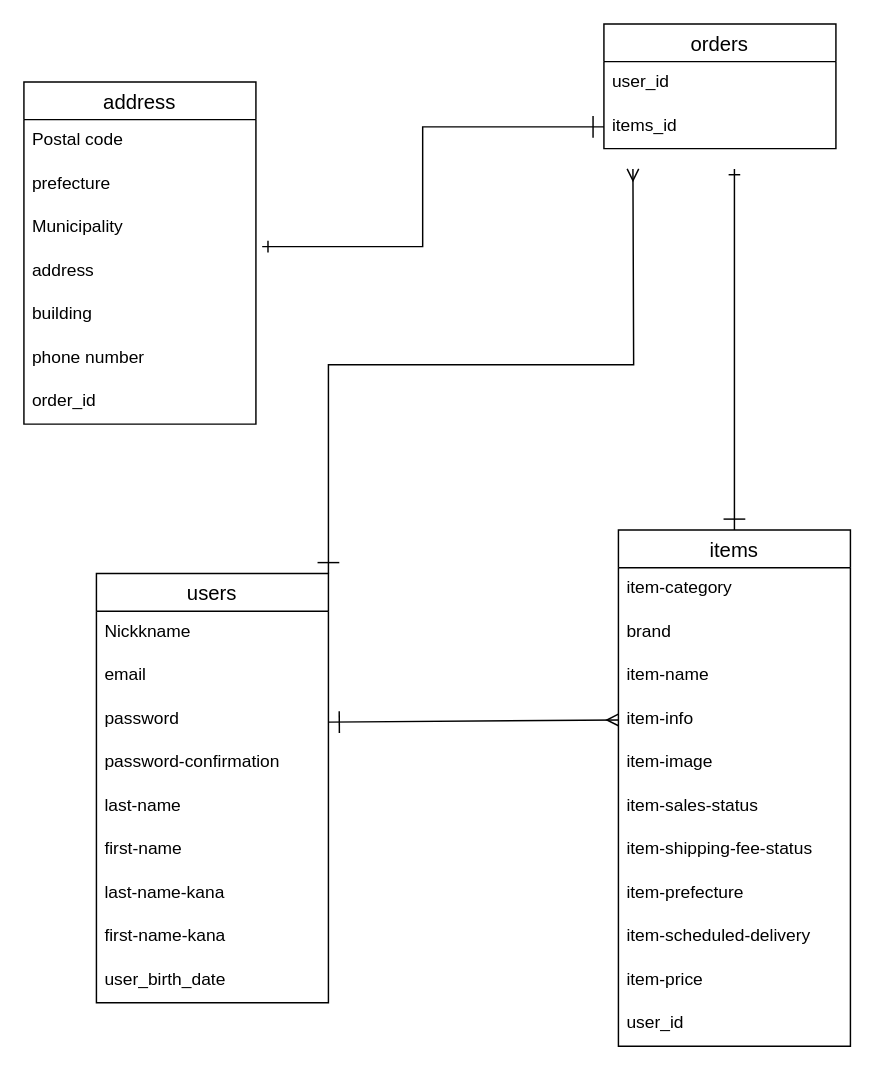
This is test.dio from jun-shinkai/furima-35837, a draw.io file, before an edit. Source tidied: cells renumbered, new cells numbered last; positions are measured from the earlier drawing's top-left corner, leaving out a move shared by most shapes. Both pictures are drawn from the tidied source at 145%, with x=0, y=0 at pixel (23, 23).
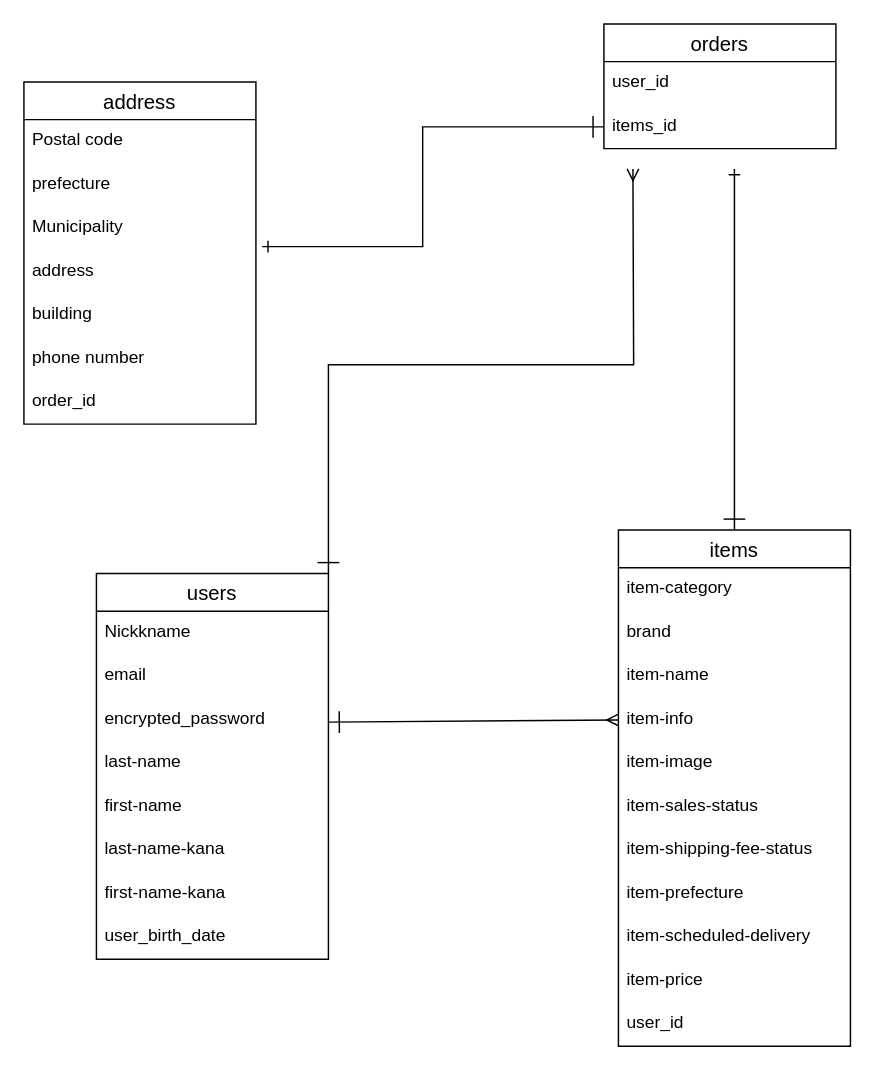
The same page after the edit.

Diff of the diagram source:
```diff
@@
     <mxCell id="3" value="users" style="swimlane;fontStyle=0;horizontal=1;startSize=26;align=center;fontSize=14;labelBackgroundColor=none;" parent="1" vertex="1">
-      <mxGeometry x="50" y="379" width="160" height="296" as="geometry" />
+      <mxGeometry x="50" y="379" width="160" height="266" as="geometry" />
     </mxCell>
@@
-    <mxCell id="6" value="password" style="text;strokeColor=none;fillColor=none;spacingLeft=4;spacingRight=4;overflow=hidden;fontSize=12;" parent="3" vertex="1">
-      <mxGeometry y="86" width="160" height="30" as="geometry" />
-    </mxCell>
-    <mxCell id="7" value="password-confirmation" style="text;strokeColor=none;fillColor=none;spacingLeft=4;spacingRight=4;overflow=hidden;fontSize=12;" parent="3" vertex="1">
-      <mxGeometry y="116" width="160" height="30" as="geometry" />
+    <mxCell id="7" value="encrypted_password" style="text;strokeColor=none;fillColor=none;spacingLeft=4;spacingRight=4;overflow=hidden;fontSize=12;" parent="3" vertex="1">
+      <mxGeometry y="86" width="160" height="30" as="geometry" />
     </mxCell>
     <mxCell id="8" value="last-name" style="text;strokeColor=none;fillColor=none;spacingLeft=4;spacingRight=4;overflow=hidden;fontSize=12;" parent="3" vertex="1">
-      <mxGeometry y="146" width="160" height="30" as="geometry" />
+      <mxGeometry y="116" width="160" height="30" as="geometry" />
     </mxCell>
     <mxCell id="9" value="first-name" style="text;strokeColor=none;fillColor=none;spacingLeft=4;spacingRight=4;overflow=hidden;fontSize=12;" parent="3" vertex="1">
-      <mxGeometry y="176" width="160" height="30" as="geometry" />
+      <mxGeometry y="146" width="160" height="30" as="geometry" />
     </mxCell>
     <mxCell id="10" value="last-name-kana" style="text;strokeColor=none;fillColor=none;spacingLeft=4;spacingRight=4;overflow=hidden;fontSize=12;" parent="3" vertex="1">
-      <mxGeometry y="206" width="160" height="30" as="geometry" />
+      <mxGeometry y="176" width="160" height="30" as="geometry" />
     </mxCell>
     <mxCell id="11" value="first-name-kana" style="text;strokeColor=none;fillColor=none;spacingLeft=4;spacingRight=4;overflow=hidden;fontSize=12;" parent="3" vertex="1">
-      <mxGeometry y="236" width="160" height="30" as="geometry" />
+      <mxGeometry y="206" width="160" height="30" as="geometry" />
     </mxCell>
     <mxCell id="12" value="user_birth_date" style="text;strokeColor=none;fillColor=none;spacingLeft=4;spacingRight=4;overflow=hidden;fontSize=12;" parent="3" vertex="1">
-      <mxGeometry y="266" width="160" height="30" as="geometry" />
+      <mxGeometry y="236" width="160" height="30" as="geometry" />
     </mxCell>
```
